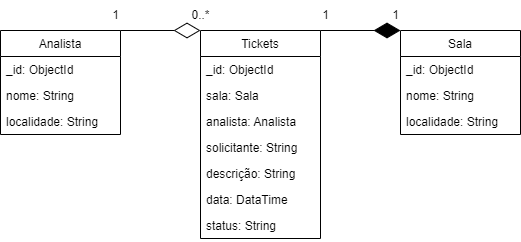
RafaelVSs/DSM-G06-PI3-2024-1 keeps this draw.io diagram as docs/NoAM.png. Above is the earlier version. Source tidied: cells renumbered, new cells last; positions are measured from the earlier drawing's top-left corner, leaving out a move shared by most shapes.
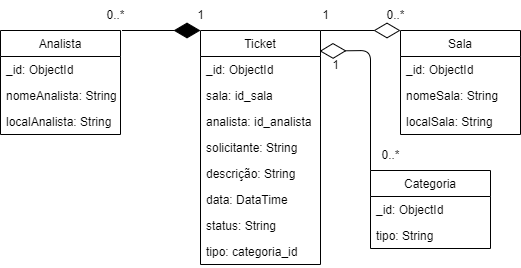
The same file after the commit.

Commit message:
Alterações no diagrama

Change to the diagram source:
```diff
@@ -8,10 +8,10 @@
     <mxCell id="3" value="_id: ObjectId" style="text;strokeColor=none;fillColor=none;align=left;verticalAlign=top;spacingLeft=4;spacingRight=4;overflow=hidden;" parent="2" vertex="1">
       <mxGeometry y="26" width="120" height="26" as="geometry" />
     </mxCell>
-    <mxCell id="4" value="nome: String" style="text;strokeColor=none;fillColor=none;align=left;verticalAlign=top;spacingLeft=4;spacingRight=4;overflow=hidden;" parent="2" vertex="1">
+    <mxCell id="4" value="nomeAnalista: String" style="text;strokeColor=none;fillColor=none;align=left;verticalAlign=top;spacingLeft=4;spacingRight=4;overflow=hidden;" parent="2" vertex="1">
       <mxGeometry y="52" width="120" height="26" as="geometry" />
     </mxCell>
-    <mxCell id="5" value="localidade: String" style="text;strokeColor=none;fillColor=none;align=left;verticalAlign=top;spacingLeft=4;spacingRight=4;overflow=hidden;" parent="2" vertex="1">
+    <mxCell id="5" value="localAnalista: String" style="text;strokeColor=none;fillColor=none;align=left;verticalAlign=top;spacingLeft=4;spacingRight=4;overflow=hidden;" parent="2" vertex="1">
       <mxGeometry y="78" width="120" height="26" as="geometry" />
     </mxCell>
     <mxCell id="6" value="Sala" style="swimlane;fontStyle=0;horizontal=1;startSize=26;fillColor=none;" parent="1" vertex="1">
@@ -20,22 +20,22 @@
     <mxCell id="7" value="_id: ObjectId" style="text;strokeColor=none;fillColor=none;align=left;verticalAlign=top;spacingLeft=4;spacingRight=4;overflow=hidden;" parent="6" vertex="1">
       <mxGeometry y="26" width="120" height="26" as="geometry" />
     </mxCell>
-    <mxCell id="8" value="nome: String" style="text;strokeColor=none;fillColor=none;align=left;verticalAlign=top;spacingLeft=4;spacingRight=4;overflow=hidden;" parent="6" vertex="1">
+    <mxCell id="8" value="nomeSala: String" style="text;strokeColor=none;fillColor=none;align=left;verticalAlign=top;spacingLeft=4;spacingRight=4;overflow=hidden;" parent="6" vertex="1">
       <mxGeometry y="52" width="120" height="26" as="geometry" />
     </mxCell>
-    <mxCell id="9" value="localidade: String" style="text;strokeColor=none;fillColor=none;align=left;verticalAlign=top;spacingLeft=4;spacingRight=4;overflow=hidden;" parent="6" vertex="1">
+    <mxCell id="9" value="localSala: String" style="text;strokeColor=none;fillColor=none;align=left;verticalAlign=top;spacingLeft=4;spacingRight=4;overflow=hidden;" parent="6" vertex="1">
       <mxGeometry y="78" width="120" height="26" as="geometry" />
     </mxCell>
-    <mxCell id="10" value="Tickets" style="swimlane;fontStyle=0;horizontal=1;startSize=26;fillColor=none;" parent="1" vertex="1">
-      <mxGeometry x="200" y="30" width="120" height="208" as="geometry" />
+    <mxCell id="10" value="Ticket" style="swimlane;fontStyle=0;horizontal=1;startSize=26;fillColor=none;" parent="1" vertex="1">
+      <mxGeometry x="200" y="30" width="120" height="234" as="geometry" />
     </mxCell>
     <mxCell id="11" value="_id: ObjectId" style="text;strokeColor=none;fillColor=none;align=left;verticalAlign=top;spacingLeft=4;spacingRight=4;overflow=hidden;" parent="10" vertex="1">
       <mxGeometry y="26" width="120" height="26" as="geometry" />
     </mxCell>
-    <mxCell id="12" value="sala: Sala" style="text;strokeColor=none;fillColor=none;align=left;verticalAlign=top;spacingLeft=4;spacingRight=4;overflow=hidden;" parent="10" vertex="1">
+    <mxCell id="12" value="sala: id_sala" style="text;strokeColor=none;fillColor=none;align=left;verticalAlign=top;spacingLeft=4;spacingRight=4;overflow=hidden;" parent="10" vertex="1">
       <mxGeometry y="52" width="120" height="26" as="geometry" />
     </mxCell>
-    <mxCell id="13" value="analista: Analista" style="text;strokeColor=none;fillColor=none;align=left;verticalAlign=top;spacingLeft=4;spacingRight=4;overflow=hidden;" parent="10" vertex="1">
+    <mxCell id="13" value="analista: id_analista" style="text;strokeColor=none;fillColor=none;align=left;verticalAlign=top;spacingLeft=4;spacingRight=4;overflow=hidden;" parent="10" vertex="1">
       <mxGeometry y="78" width="120" height="26" as="geometry" />
     </mxCell>
     <mxCell id="14" value="solicitante: String" style="text;strokeColor=none;fillColor=none;align=left;verticalAlign=top;spacingLeft=4;spacingRight=4;overflow=hidden;" parent="10" vertex="1">
@@ -47,32 +47,61 @@
     <mxCell id="16" value="data: DataTime" style="text;strokeColor=none;fillColor=none;align=left;verticalAlign=top;spacingLeft=4;spacingRight=4;overflow=hidden;" parent="10" vertex="1">
       <mxGeometry y="156" width="120" height="26" as="geometry" />
     </mxCell>
+    <mxCell id="24" value="status: String" style="text;strokeColor=none;fillColor=none;align=left;verticalAlign=top;spacingLeft=4;spacingRight=4;overflow=hidden;" parent="10" vertex="1">
+      <mxGeometry y="182" width="120" height="26" as="geometry" />
+    </mxCell>
-    <mxCell id="17" value="status: String" style="text;strokeColor=none;fillColor=none;align=left;verticalAlign=top;spacingLeft=4;spacingRight=4;overflow=hidden;" parent="10" vertex="1">
-      <mxGeometry y="182" width="120" height="26" as="geometry" />
+    <mxCell id="17" value="tipo: categoria_id" style="text;strokeColor=none;fillColor=none;align=left;verticalAlign=top;spacingLeft=4;spacingRight=4;overflow=hidden;" parent="10" vertex="1">
+      <mxGeometry y="208" width="120" height="26" as="geometry" />
     </mxCell>
-    <mxCell id="18" style="endArrow=diamondThin;endFill=0;endSize=24;html=1;" parent="1" edge="1">
-      <mxGeometry relative="1" as="geometry">
-        <mxPoint x="120" y="30" as="sourcePoint" />
-        <mxPoint x="200" y="30" as="targetPoint" />
-      </mxGeometry>
-    </mxCell>
-    <mxCell id="19" style="endArrow=diamondThin;endFill=1;endSize=24;html=1;exitX=1;exitY=0;exitDx=0;exitDy=0;" parent="1" edge="1">
-      <mxGeometry relative="1" as="geometry">
-        <mxPoint x="320" y="30" as="sourcePoint" />
-        <mxPoint x="400" y="30" as="targetPoint" />
-      </mxGeometry>
-    </mxCell>
-    <mxCell id="20" value="1&lt;br&gt;" style="text;html=1;align=center;verticalAlign=middle;points=[];strokeColor=none;fillColor=none;" parent="1" vertex="1">
-      <mxGeometry x="310" width="30" height="30" as="geometry" />
-    </mxCell>
-    <mxCell id="21" value="1&lt;br&gt;" style="text;html=1;align=center;verticalAlign=middle;points=[];strokeColor=none;fillColor=none;" parent="1" vertex="1">
-      <mxGeometry x="100" width="30" height="30" as="geometry" />
+    <mxCell id="21" value="0..*" style="text;html=1;align=center;verticalAlign=middle;points=[];strokeColor=none;fillColor=none;" parent="1" vertex="1">
+      <mxGeometry x="95" width="40" height="30" as="geometry" />
     </mxCell>
-    <mxCell id="22" value="0..*" style="text;html=1;align=center;verticalAlign=middle;strokeColor=none;fillColor=none;" parent="1" vertex="1">
-      <mxGeometry x="180" width="40" height="30" as="geometry" />
+    <mxCell id="22" value="1" style="text;html=1;align=center;verticalAlign=middle;strokeColor=none;fillColor=none;" parent="1" vertex="1">
+      <mxGeometry x="185" width="30" height="30" as="geometry" />
     </mxCell>
-    <mxCell id="23" value="1&lt;br&gt;" style="text;html=1;align=center;verticalAlign=middle;strokeColor=none;fillColor=none;" parent="1" vertex="1">
-      <mxGeometry x="380" width="30" height="30" as="geometry" />
+    <mxCell id="23" value="0..*" style="text;html=1;align=center;verticalAlign=middle;strokeColor=none;fillColor=none;" parent="1" vertex="1">
+      <mxGeometry x="375" width="40" height="30" as="geometry" />
     </mxCell>
+    <mxCell id="25" style="endArrow=none;endFill=1;endSize=24;html=1;exitX=1;exitY=0;exitDx=0;exitDy=0;" parent="1" edge="1" target="20">
+      <mxGeometry relative="1" as="geometry">
+        <mxPoint x="320" y="30" as="sourcePoint" />
+      </mxGeometry>
+    </mxCell>
+    <mxCell id="20" value="1&lt;br&gt;" style="text;html=1;align=center;verticalAlign=middle;points=[];strokeColor=none;fillColor=none;" parent="1" vertex="1">
+      <mxGeometry x="310" width="30" height="30" as="geometry" />
+    </mxCell>
+    <mxCell id="26" style="endArrow=diamondThin;endFill=0;endSize=24;html=1;" parent="1" edge="1">
+      <mxGeometry relative="1" as="geometry">
+        <mxPoint x="320" y="30" as="sourcePoint" />
+        <mxPoint x="400" y="30" as="targetPoint" />
+      </mxGeometry>
+    </mxCell>
+    <mxCell id="27" style="endArrow=diamondThin;endFill=1;endSize=24;html=1;exitX=0.662;exitY=1;exitDx=0;exitDy=0;startArrow=none;exitPerimeter=0;" parent="1" edge="1" source="21">
+      <mxGeometry relative="1" as="geometry">
+        <mxPoint x="200" y="30" as="targetPoint" />
+      </mxGeometry>
+    </mxCell>
+    <mxCell id="28" value="Categoria" style="swimlane;fontStyle=0;horizontal=1;startSize=26;fillColor=none;" parent="1" vertex="1">
+      <mxGeometry x="370" y="170" width="120" height="78" as="geometry" />
+    </mxCell>
+    <mxCell id="29" value="_id: ObjectId" style="text;strokeColor=none;fillColor=none;align=left;verticalAlign=top;spacingLeft=4;spacingRight=4;overflow=hidden;" parent="28" vertex="1">
+      <mxGeometry y="26" width="120" height="26" as="geometry" />
+    </mxCell>
+    <mxCell id="30" value="tipo: String" style="text;strokeColor=none;fillColor=none;align=left;verticalAlign=top;spacingLeft=4;spacingRight=4;overflow=hidden;" parent="28" vertex="1">
+      <mxGeometry y="52" width="120" height="26" as="geometry" />
+    </mxCell>
+    <mxCell id="31" style="endArrow=diamondThin;endFill=0;endSize=24;html=1;exitX=0;exitY=0;exitDx=0;exitDy=0;entryX=0.992;entryY=0.088;entryDx=0;entryDy=0;entryPerimeter=0;" parent="1" edge="1" source="28" target="10">
+      <mxGeometry relative="1" as="geometry">
+        <Array as="points">
+          <mxPoint x="370" y="50" />
+        </Array>
+      </mxGeometry>
+    </mxCell>
+    <mxCell id="32" value="1&lt;br&gt;" style="text;html=1;align=center;verticalAlign=middle;strokeColor=none;fillColor=none;" parent="1" vertex="1">
+      <mxGeometry x="320" y="50" width="30" height="30" as="geometry" />
+    </mxCell>
+    <mxCell id="33" value="0..*" style="text;html=1;align=center;verticalAlign=middle;strokeColor=none;fillColor=none;" parent="1" vertex="1">
+      <mxGeometry x="370" y="140" width="40" height="30" as="geometry" />
+    </mxCell>
   </root>
 </mxGraphModel>
```
